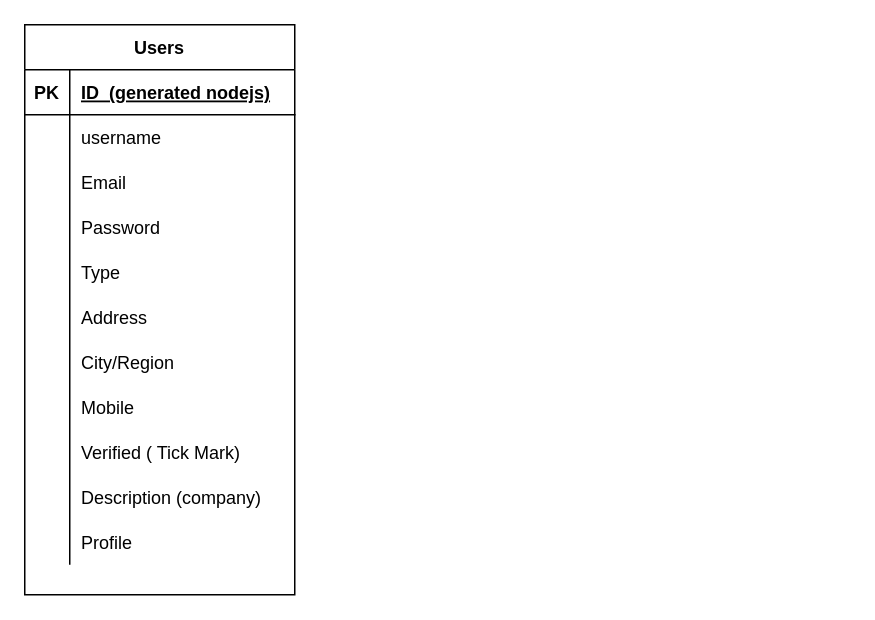
Earlier version of the draw.io diagram server/data/diagram/jobfinderDb Diagram.drawio (ENG-CJ/Job-Finder-App). Source tidied: cells renumbered, new cells numbered last; positions are measured from the earlier drawing's top-left corner, leaving out a move shared by most shapes. Both pictures are drawn from the tidied source at 150%, with x=0, y=0 at pixel (24, 24).
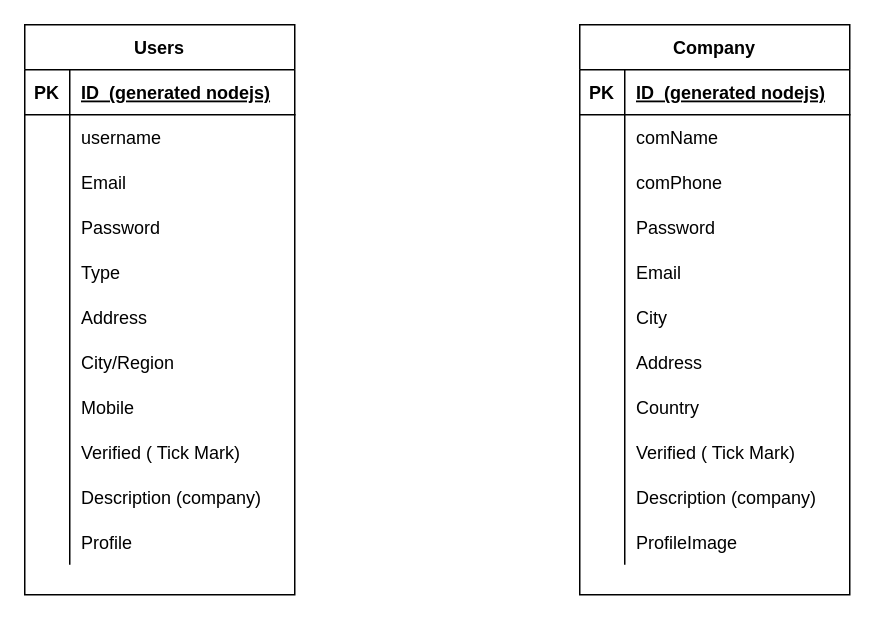
The same page after the edit.

The edit, as a diff of the source:
```diff
@@
+    <mxCell id="36" value="Company" style="shape=table;startSize=30;childLayout=tableLayout;rowLines=0;fontStyle=1;align=center;" parent="1" vertex="1">
+      <mxGeometry x="370" width="180" height="380" as="geometry" />
+    </mxCell>
+    <mxCell id="37" style="shape=partialRectangle;fillColor=none;top=0;left=0;bottom=1;right=0;" parent="36" vertex="1">
+      <mxGeometry y="30" width="180" height="30" as="geometry" />
+    </mxCell>
+    <mxCell id="38" value="PK" style="shape=partialRectangle;fillColor=none;top=0;left=0;bottom=0;right=0;fontStyle=1;overflow=hidden;" parent="37" vertex="1">
+      <mxGeometry width="30" height="30" as="geometry" />
+    </mxCell>
+    <mxCell id="39" value="ID  (generated nodejs)" style="shape=partialRectangle;fillColor=none;top=0;left=0;bottom=0;right=0;align=left;spacingLeft=6;fontStyle=5;overflow=hidden;" parent="37" vertex="1">
+      <mxGeometry x="30" width="150" height="30" as="geometry" />
+    </mxCell>
+    <mxCell id="40" style="shape=partialRectangle;fillColor=none;top=0;left=0;bottom=0;right=0;" parent="36" vertex="1">
+      <mxGeometry y="60" width="180" height="30" as="geometry" />
+    </mxCell>
+    <mxCell id="41" style="shape=partialRectangle;fillColor=none;top=0;left=0;bottom=0;right=0;overflow=hidden;" parent="40" vertex="1">
+      <mxGeometry width="30" height="30" as="geometry" />
+    </mxCell>
+    <mxCell id="42" value="comName" style="shape=partialRectangle;fillColor=none;top=0;left=0;bottom=0;right=0;align=left;spacingLeft=6;overflow=hidden;" parent="40" vertex="1">
+      <mxGeometry x="30" width="150" height="30" as="geometry" />
+    </mxCell>
+    <mxCell id="43" style="shape=partialRectangle;fillColor=none;top=0;left=0;bottom=0;right=0;" parent="36" vertex="1">
+      <mxGeometry y="90" width="180" height="30" as="geometry" />
+    </mxCell>
+    <mxCell id="44" style="shape=partialRectangle;fillColor=none;top=0;left=0;bottom=0;right=0;overflow=hidden;" parent="43" vertex="1">
+      <mxGeometry width="30" height="30" as="geometry" />
+    </mxCell>
+    <mxCell id="45" value="comPhone" style="shape=partialRectangle;fillColor=none;top=0;left=0;bottom=0;right=0;align=left;spacingLeft=6;overflow=hidden;" parent="43" vertex="1">
+      <mxGeometry x="30" width="150" height="30" as="geometry" />
+    </mxCell>
+    <mxCell id="46" style="shape=partialRectangle;fillColor=none;top=0;left=0;bottom=0;right=0;" parent="36" vertex="1">
+      <mxGeometry y="120" width="180" height="30" as="geometry" />
+    </mxCell>
+    <mxCell id="47" style="shape=partialRectangle;fillColor=none;top=0;left=0;bottom=0;right=0;overflow=hidden;" parent="46" vertex="1">
+      <mxGeometry width="30" height="30" as="geometry" />
+    </mxCell>
+    <mxCell id="48" value="Password" style="shape=partialRectangle;fillColor=none;top=0;left=0;bottom=0;right=0;align=left;spacingLeft=6;overflow=hidden;" parent="46" vertex="1">
+      <mxGeometry x="30" width="150" height="30" as="geometry" />
+    </mxCell>
+    <mxCell id="49" style="shape=partialRectangle;fillColor=none;top=0;left=0;bottom=0;right=0;" parent="36" vertex="1">
+      <mxGeometry y="150" width="180" height="30" as="geometry" />
+    </mxCell>
+    <mxCell id="50" style="shape=partialRectangle;fillColor=none;top=0;left=0;bottom=0;right=0;overflow=hidden;" parent="49" vertex="1">
+      <mxGeometry width="30" height="30" as="geometry" />
+    </mxCell>
+    <mxCell id="51" value="Email" style="shape=partialRectangle;fillColor=none;top=0;left=0;bottom=0;right=0;align=left;spacingLeft=6;overflow=hidden;" parent="49" vertex="1">
+      <mxGeometry x="30" width="150" height="30" as="geometry" />
+    </mxCell>
+    <mxCell id="52" style="shape=partialRectangle;fillColor=none;top=0;left=0;bottom=0;right=0;" parent="36" vertex="1">
+      <mxGeometry y="180" width="180" height="30" as="geometry" />
+    </mxCell>
+    <mxCell id="53" style="shape=partialRectangle;fillColor=none;top=0;left=0;bottom=0;right=0;overflow=hidden;" parent="52" vertex="1">
+      <mxGeometry width="30" height="30" as="geometry" />
+    </mxCell>
+    <mxCell id="54" value="City" style="shape=partialRectangle;fillColor=none;top=0;left=0;bottom=0;right=0;align=left;spacingLeft=6;overflow=hidden;" parent="52" vertex="1">
+      <mxGeometry x="30" width="150" height="30" as="geometry" />
+    </mxCell>
+    <mxCell id="55" style="shape=partialRectangle;fillColor=none;top=0;left=0;bottom=0;right=0;" parent="36" vertex="1">
+      <mxGeometry y="210" width="180" height="30" as="geometry" />
+    </mxCell>
+    <mxCell id="56" style="shape=partialRectangle;fillColor=none;top=0;left=0;bottom=0;right=0;overflow=hidden;" parent="55" vertex="1">
+      <mxGeometry width="30" height="30" as="geometry" />
+    </mxCell>
+    <mxCell id="57" value="Address" style="shape=partialRectangle;fillColor=none;top=0;left=0;bottom=0;right=0;align=left;spacingLeft=6;overflow=hidden;" parent="55" vertex="1">
+      <mxGeometry x="30" width="150" height="30" as="geometry" />
+    </mxCell>
+    <mxCell id="58" style="shape=partialRectangle;fillColor=none;top=0;left=0;bottom=0;right=0;" parent="36" vertex="1">
+      <mxGeometry y="240" width="180" height="30" as="geometry" />
+    </mxCell>
+    <mxCell id="59" style="shape=partialRectangle;fillColor=none;top=0;left=0;bottom=0;right=0;overflow=hidden;" parent="58" vertex="1">
+      <mxGeometry width="30" height="30" as="geometry" />
+    </mxCell>
+    <mxCell id="60" value="Country" style="shape=partialRectangle;fillColor=none;top=0;left=0;bottom=0;right=0;align=left;spacingLeft=6;overflow=hidden;" parent="58" vertex="1">
+      <mxGeometry x="30" width="150" height="30" as="geometry" />
+    </mxCell>
+    <mxCell id="61" style="shape=partialRectangle;fillColor=none;top=0;left=0;bottom=0;right=0;" parent="36" vertex="1">
+      <mxGeometry y="270" width="180" height="30" as="geometry" />
+    </mxCell>
+    <mxCell id="62" style="shape=partialRectangle;fillColor=none;top=0;left=0;bottom=0;right=0;overflow=hidden;" parent="61" vertex="1">
+      <mxGeometry width="30" height="30" as="geometry" />
+    </mxCell>
+    <mxCell id="63" value="Verified ( Tick Mark)" style="shape=partialRectangle;fillColor=none;top=0;left=0;bottom=0;right=0;align=left;spacingLeft=6;overflow=hidden;" parent="61" vertex="1">
+      <mxGeometry x="30" width="150" height="30" as="geometry" />
+    </mxCell>
+    <mxCell id="64" style="shape=partialRectangle;fillColor=none;top=0;left=0;bottom=0;right=0;" parent="36" vertex="1">
+      <mxGeometry y="300" width="180" height="30" as="geometry" />
+    </mxCell>
+    <mxCell id="65" style="shape=partialRectangle;fillColor=none;top=0;left=0;bottom=0;right=0;overflow=hidden;" parent="64" vertex="1">
+      <mxGeometry width="30" height="30" as="geometry" />
+    </mxCell>
+    <mxCell id="66" value="Description (company)" style="shape=partialRectangle;fillColor=none;top=0;left=0;bottom=0;right=0;align=left;spacingLeft=6;overflow=hidden;" parent="64" vertex="1">
+      <mxGeometry x="30" width="150" height="30" as="geometry" />
+    </mxCell>
+    <mxCell id="67" style="shape=partialRectangle;fillColor=none;top=0;left=0;bottom=0;right=0;" parent="36" vertex="1">
+      <mxGeometry y="330" width="180" height="30" as="geometry" />
+    </mxCell>
+    <mxCell id="68" style="shape=partialRectangle;fillColor=none;top=0;left=0;bottom=0;right=0;overflow=hidden;" parent="67" vertex="1">
+      <mxGeometry width="30" height="30" as="geometry" />
+    </mxCell>
+    <mxCell id="69" value="ProfileImage" style="shape=partialRectangle;fillColor=none;top=0;left=0;bottom=0;right=0;align=left;spacingLeft=6;overflow=hidden;" parent="67" vertex="1">
+      <mxGeometry x="30" width="150" height="30" as="geometry" />
+    </mxCell>
```
